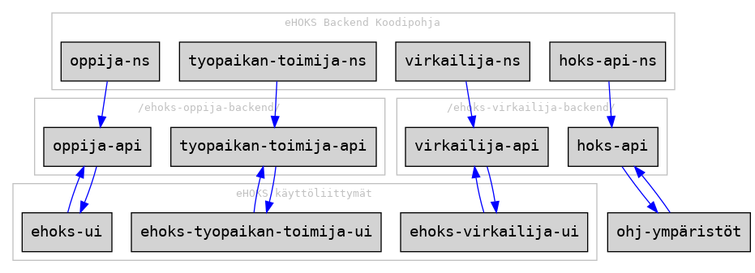
Earlier version of the Graphviz export doc/infrastructure.png (Opetushallitus/ehoks). Its source is kept beside it as doc/infrastructure.dot.
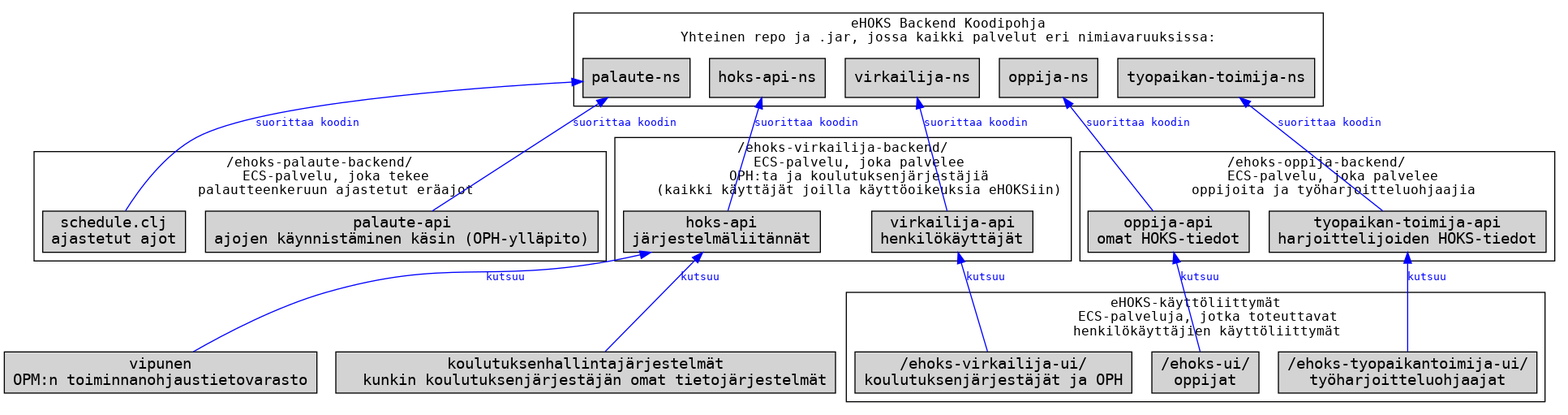
After the commit.

Commit message:
EH-2040: update component diagram with explanations and palaute

Change to the diagram source:
```diff
@@ -1,48 +1,65 @@
 digraph{
-  graph [fontname = "monospace", fontsize="10", color="grey", fontcolor="grey"];
+  graph [fontname = "monospace", fontsize="12"];
   node [fontname = "monospace", shape="box", style="filled"];
   edge [fontname = "monospace", color="blue", fontcolor="blue",fontsize="10"];
 
   subgraph clusterKoodipohja {
-    label="eHOKS Backend Koodipohja"
+    label="eHOKS Backend Koodipohja\nYhteinen repo ja .jar, jossa kaikki palvelut eri nimiavaruuksissa:\l"
+    "palaute-ns"
     "virkailija-ns"
     "oppija-ns"
     "tyopaikan-toimija-ns"
     "hoks-api-ns"
   }
 
+  subgraph clusterPalaute {
+    label="/ehoks-palaute-backend/
+    ECS-palvelu, joka tekee
+    palautteenkeruun ajastetut eräajot"
+    "schedule.clj" [label="\N\najastetut ajot"]
+    "palaute-api" [label="\N\najojen käynnistäminen käsin (OPH-ylläpito)"]
+  }
+
   subgraph clusterVirkailijaApi {
-    label="/ehoks-virkailija-backend/"
-    "virkailija-api"
-    "virkailija-ns"
-    "hoks-api"
+    label="/ehoks-virkailija-backend/
+    ECS-palvelu, joka palvelee
+    OPH:ta ja koulutuksenjärjestäjiä
+    (kaikki käyttäjät joilla käyttöoikeuksia eHOKSiin)"
+    "virkailija-api" [label="\N\nhenkilökäyttäjät"]
+    "hoks-api" [label="\N\njärjestelmäliitännät"]
   }
 
   subgraph clusterJulkinenApi {
-    label="/ehoks-oppija-backend/"
-    "oppija-api"
-    "tyopaikan-toimija-api"
+    label="/ehoks-oppija-backend/
+    ECS-palvelu, joka palvelee
+    oppijoita ja työharjoitteluohjaajia"
+    "oppija-api" [label="\N\nomat HOKS-tiedot"]
+    "tyopaikan-toimija-api" [label="\N\nharjoittelijoiden HOKS-tiedot"]
   }
 
   subgraph clusterEhoksUI {
-   label="eHOKS käyttöliittymät"
-   "ehoks-ui"
-   "ehoks-virkailija-ui"
-   "ehoks-tyopaikan-toimija-ui"
+   label="eHOKS-käyttöliittymät
+   ECS-palveluja, jotka toteuttavat
+   henkilökäyttäjien käyttöliittymät"
+   "/ehoks-ui/" [label="\N\noppijat"]
+   "/ehoks-virkailija-ui/" [label="\N\nkoulutuksenjärjestäjät ja OPH"]
+   "/ehoks-tyopaikantoimija-ui/" [label="\N\ntyöharjoitteluohjaajat"]
   }
 
-  "virkailija-ns" -> "virkailija-api"
-  "oppija-ns" -> "oppija-api"
-  "tyopaikan-toimija-ns" -> "tyopaikan-toimija-api"
-  "hoks-api-ns" -> "hoks-api"
+  "palaute-ns" -> "schedule.clj" [label="suorittaa koodin", dir=back]
+  "palaute-ns" -> "palaute-api" [label="suorittaa koodin", dir=back]
+  "virkailija-ns" -> "virkailija-api" [label="suorittaa koodin", dir=back]
+  "oppija-ns" -> "oppija-api" [label="suorittaa koodin", dir=back]
+  "tyopaikan-toimija-ns" -> "tyopaikan-toimija-api" [label="suorittaa koodin", dir=back]
+  "hoks-api-ns" -> "hoks-api" [label="suorittaa koodin", dir=back]
 
+  "koulutuksenhallintajärjestelmät" [label="\N
+  kunkin koulutuksenjärjestäjän omat tietojärjestelmät"]
+  "vipunen" [label="\N\nOPM:n toiminnanohjaustietovarasto"]
 
-  "hoks-api" -> "ohj-ympäristöt"
-  "ohj-ympäristöt" -> "hoks-api"
-  "oppija-api" -> "ehoks-ui"
-  "ehoks-ui" -> "oppija-api"
-  "virkailija-api" -> "ehoks-virkailija-ui"
-  "ehoks-virkailija-ui" -> "virkailija-api"
-  "tyopaikan-toimija-api" -> "ehoks-tyopaikan-toimija-ui"
-  "ehoks-tyopaikan-toimija-ui" -> "tyopaikan-toimija-api"
+  "hoks-api" -> "koulutuksenhallintajärjestelmät" [label="kutsuu", dir=back]
+  "hoks-api" -> "vipunen" [label="kutsuu", dir=back]
+  "oppija-api" -> "/ehoks-ui/" [label="kutsuu", dir=back]
+  "virkailija-api" -> "/ehoks-virkailija-ui/" [label="kutsuu", dir=back]
+  "tyopaikan-toimija-api" -> "/ehoks-tyopaikantoimija-ui/" [label="kutsuu", dir=back]
 }
```
